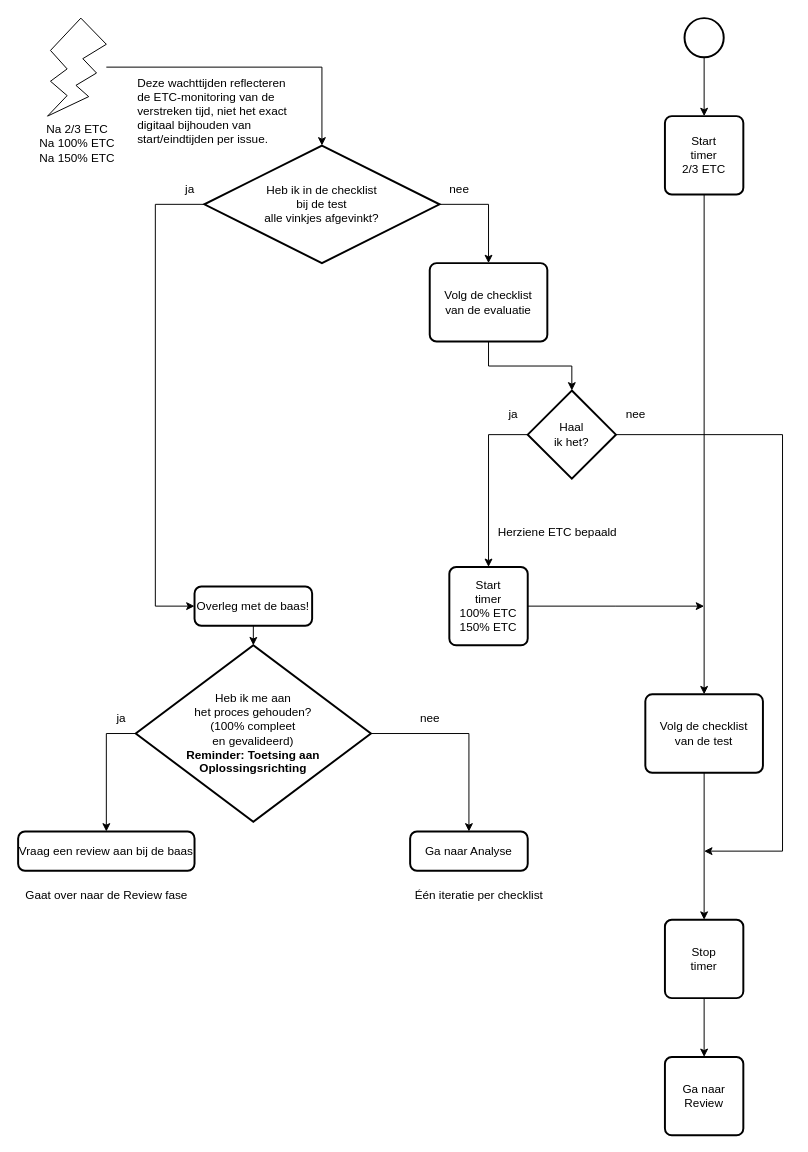
This is 5 Issue Tracker test.drawio from Zaibatsu89/IssueTracker, a draw.io file, before an edit. Source tidied: cells renumbered, new cells numbered last; positions are measured from the earlier drawing's top-left corner, leaving out a move shared by most shapes. Both pictures are drawn from the tidied source at 98%, with x=0, y=0 at pixel (18, 18).
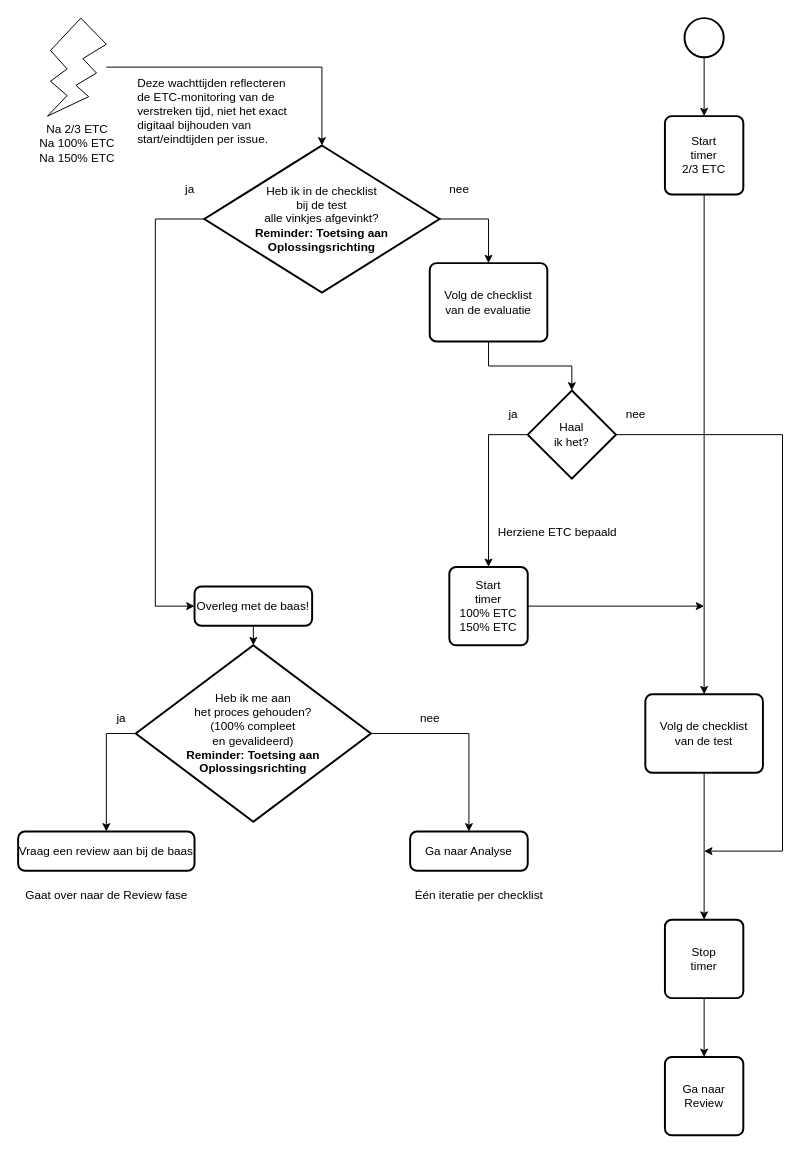
The same diagram, later.

Commit message (it also covers changes not shown here):
Moet contactmoment terug in implementatie flowchart?

The change refers to these unchanged cells:
```xml
<mxCell id="13" value="Overleg met de baas!" style="rounded=1;whiteSpace=wrap;html=1;absoluteArcSize=1;arcSize=14;strokeWidth=2;" parent="1" vertex="1">
  <mxGeometry x="180" y="580" width="120" height="40" as="geometry" />
</mxCell>
```

The edit, as a diff of the source:
```diff
@@
     <mxCell id="6" style="edgeStyle=orthogonalEdgeStyle;rounded=0;jettySize=auto;html=1;exitX=0;exitY=0.5;exitDx=0;exitDy=0;exitPerimeter=0;entryX=0;entryY=0.5;entryDx=0;entryDy=0;" parent="1" edge="1" source="8" target="13">
       <mxGeometry relative="1" as="geometry">
         <Array as="points">
-          <mxPoint x="140" y="190" />
+          <mxPoint x="140" y="205" />
           <mxPoint x="140" y="600" />
         </Array>
       </mxGeometry>
     </mxCell>
@@
-    <mxCell id="8" value="Heb ik in de checklist&lt;br&gt;bij de test&lt;br&gt;alle vinkjes afgevinkt?" style="strokeWidth=2;html=1;shape=mxgraph.flowchart.decision;whiteSpace=wrap;" parent="1" vertex="1">
-      <mxGeometry x="190" y="130" width="240" height="120" as="geometry" />
+    <mxCell id="8" value="Heb ik in de checklist&lt;br&gt;bij de test&lt;br&gt;alle vinkjes afgevinkt?&lt;br&gt;&lt;b&gt;Reminder: Toetsing aan&lt;br&gt;Oplossingsrichting&lt;/b&gt;" style="strokeWidth=2;html=1;shape=mxgraph.flowchart.decision;whiteSpace=wrap;" parent="1" vertex="1">
+      <mxGeometry x="190" y="130" width="240" height="150" as="geometry" />
     </mxCell>
```
